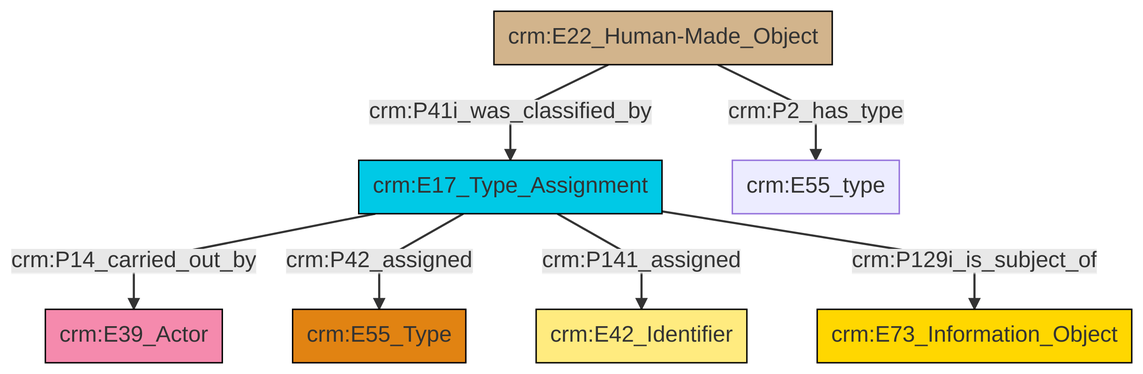
The Mermaid diagram et/builtWorkCSV/ttl/mmd/png/Built_Work_designation_status.png in swiss-art-research-net/docs.swissartresearch, before a commit. Its source is kept beside it as et/builtWorkCSV/ttl/mmd/Built_Work_designation_status.ttl.mmd.
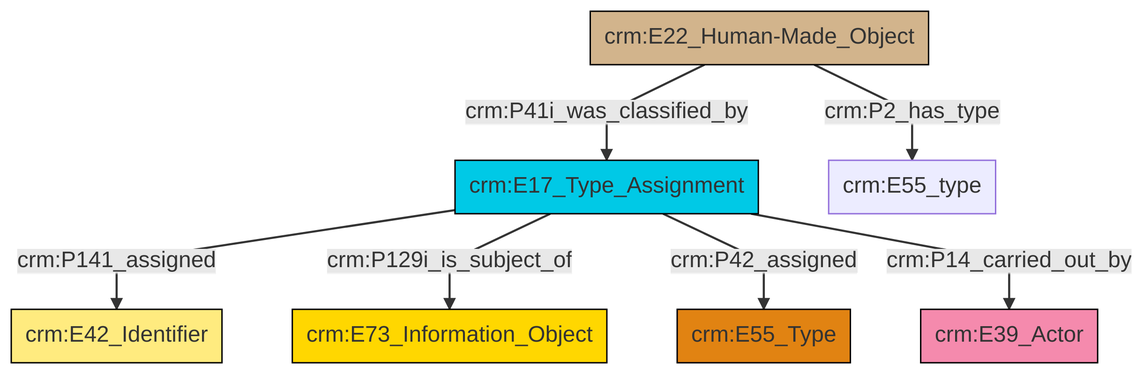
The same file after the commit.

Diff of the diagram source:
```diff
@@ -13,9 +13,9 @@
 classDef PC_Classes fill:#4ce600, stroke:#000000;
 classDef Multi fill:#cccccc,stroke:#000000;
 
-0["crm:E17_Type_Assignment"]:::Temporal_Entity -->|crm:P14_carried_out_by| 4["crm:E39_Actor"]:::Actor
-0["crm:E17_Type_Assignment"]:::Temporal_Entity -->|crm:P42_assigned| 8["crm:E55_Type"]:::Type
-6["crm:E22_Human-Made_Object"]:::Physical_Thing -->|crm:P2_has_type| 9["crm:E55_type"]:::Default
-0["crm:E17_Type_Assignment"]:::Temporal_Entity -->|crm:P141_assigned| 2["crm:E42_Identifier"]:::Appellation
-0["crm:E17_Type_Assignment"]:::Temporal_Entity -->|crm:P129i_is_subject_of| 11["crm:E73_Information_Object"]:::Conceptual_Object
-6["crm:E22_Human-Made_Object"]:::Physical_Thing -->|crm:P41i_was_classified_by| 0["crm:E17_Type_Assignment"]:::Temporal_Entity
+6["crm:E17_Type_Assignment"]:::Temporal_Entity -->|crm:P141_assigned| 2["crm:E42_Identifier"]:::Appellation
+0["crm:E22_Human-Made_Object"]:::Physical_Thing -->|crm:P41i_was_classified_by| 6["crm:E17_Type_Assignment"]:::Temporal_Entity
+6["crm:E17_Type_Assignment"]:::Temporal_Entity -->|crm:P129i_is_subject_of| 9["crm:E73_Information_Object"]:::Conceptual_Object
+6["crm:E17_Type_Assignment"]:::Temporal_Entity -->|crm:P42_assigned| 4["crm:E55_Type"]:::Type
+0["crm:E22_Human-Made_Object"]:::Physical_Thing -->|crm:P2_has_type| 13["crm:E55_type"]:::Default
+6["crm:E17_Type_Assignment"]:::Temporal_Entity -->|crm:P14_carried_out_by| 7["crm:E39_Actor"]:::Actor
```
